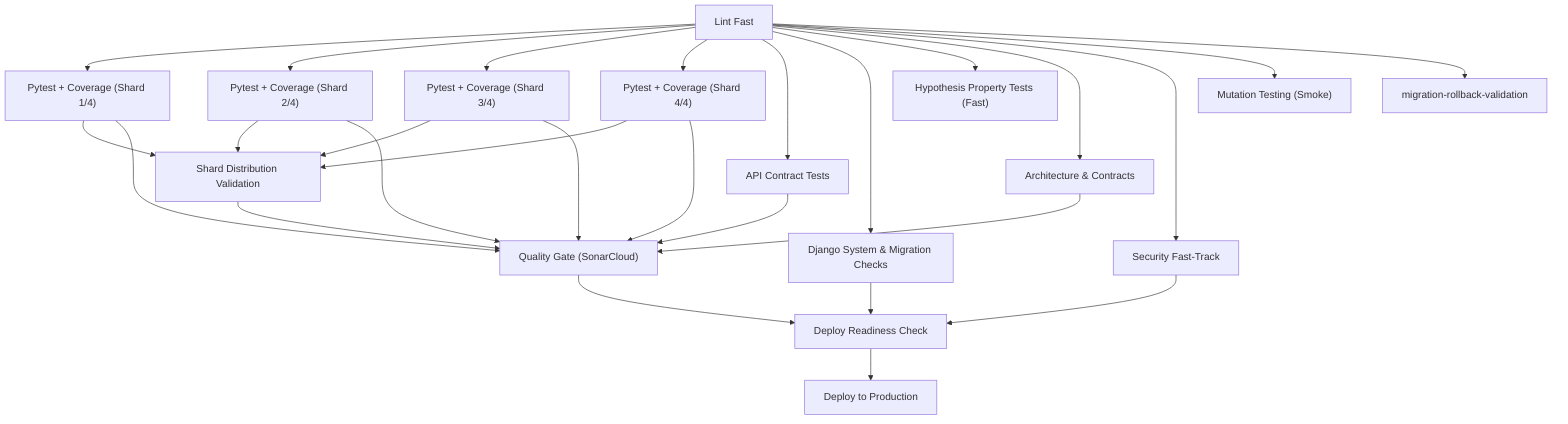
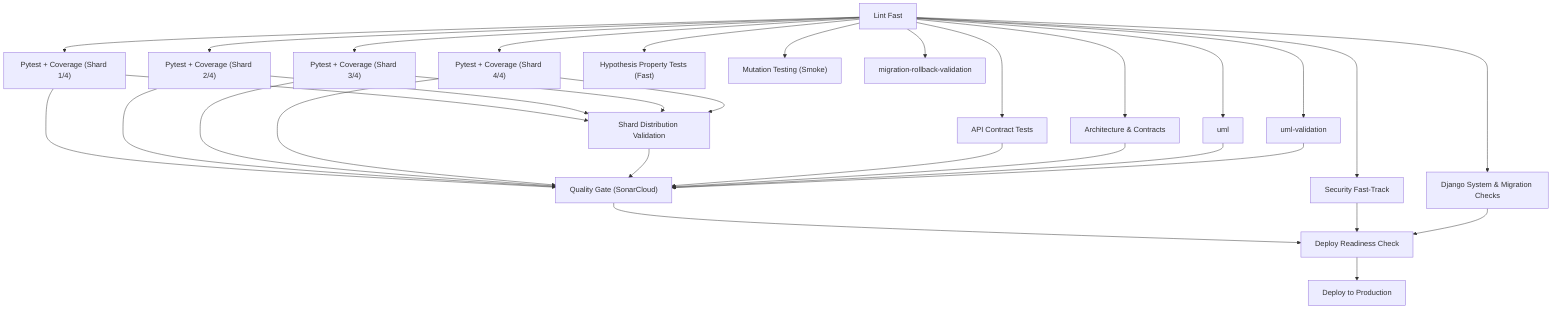
graph TD
  lint-fast["Lint Fast"]
  test-shard-1["Pytest + Coverage (Shard 1/4)"]
  test-shard-2["Pytest + Coverage (Shard 2/4)"]
  test-shard-3["Pytest + Coverage (Shard 3/4)"]
  test-shard-4["Pytest + Coverage (Shard 4/4)"]
  shard-validation["Shard Distribution Validation"]
  contract-tests["API Contract Tests"]
  django-check["Django System & Migration Checks"]
  hypothesis-fast["Hypothesis Property Tests (Fast)"]
  architecture["Architecture & Contracts"]
  security-fast["Security Fast-Track"]
  mutation-smoke["Mutation Testing (Smoke)"]
  quality["Quality Gate (SonarCloud)"]
  deploy-readiness["Deploy Readiness Check"]
  deploy["Deploy to Production"]
  lint-fast --> test-shard-1
  lint-fast --> test-shard-2
  lint-fast --> test-shard-3
  lint-fast --> test-shard-4
  test-shard-1 --> shard-validation
  test-shard-2 --> shard-validation
  test-shard-3 --> shard-validation
  test-shard-4 --> shard-validation
  lint-fast --> contract-tests
  lint-fast --> django-check
  lint-fast --> hypothesis-fast
  lint-fast --> architecture
+   lint-fast --> uml
+   lint-fast --> uml-validation
  lint-fast --> security-fast
  lint-fast --> mutation-smoke
  lint-fast --> migration-rollback-validation
  test-shard-1 --> quality
  test-shard-2 --> quality
  test-shard-3 --> quality
  test-shard-4 --> quality
  shard-validation --> quality
  contract-tests --> quality
  architecture --> quality
+   uml --> quality
+   uml-validation --> quality
  quality --> deploy-readiness
  security-fast --> deploy-readiness
  django-check --> deploy-readiness
  deploy-readiness --> deploy
